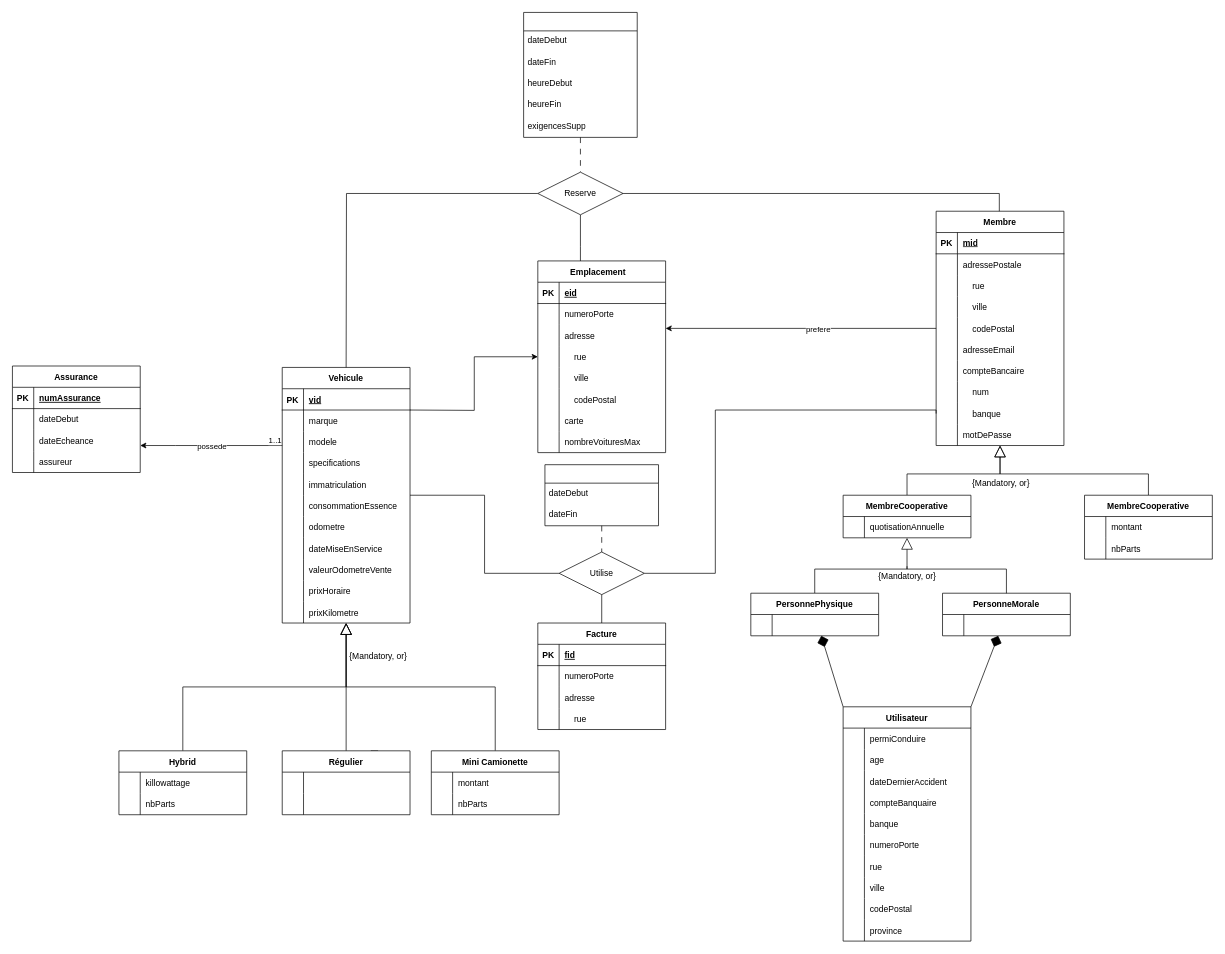
Above: Tp4_Diagram.drawio in R0ma01/INF_3710_tp4 (draw.io), before the change. Source tidied: cells renumbered, new cells numbered last; positions are measured from the earlier drawing's top-left corner, leaving out a move shared by most shapes. Both pictures are drawn from the tidied source at 71%, with x=0, y=0 at pixel (12, 12).
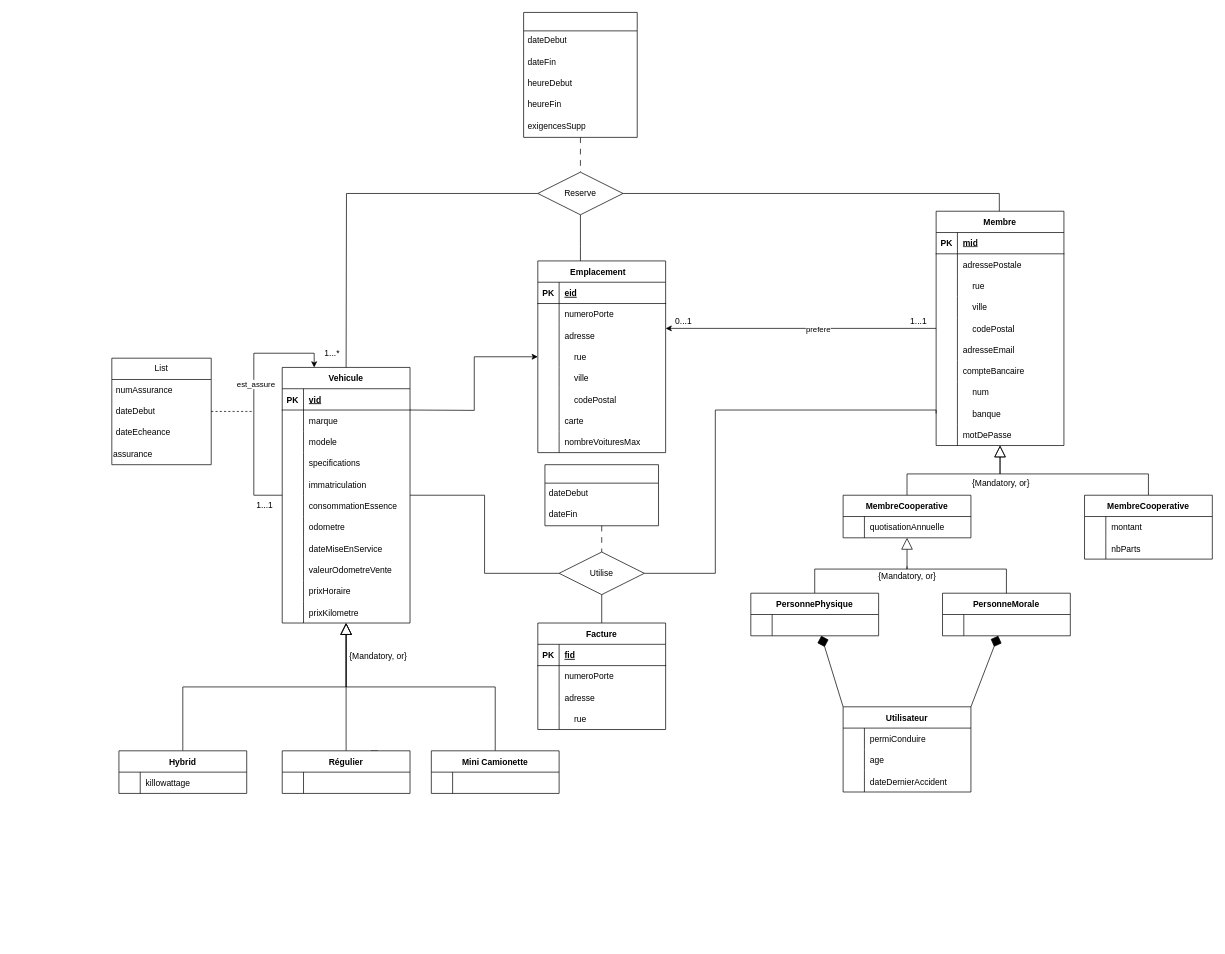
The same page after the edit.

Unchanged cells that the change refers to:
```xml
<mxCell id="30" value="Vehicule" style="shape=table;startSize=30;childLayout=tableLayout;rowLines=0;fontStyle=1;align=center;" parent="1" vertex="1">
  <mxGeometry x="380" y="500" width="180" height="360" as="geometry" />
</mxCell>
<mxCell id="85" style="shape=tableRow;horizontal=0;startSize=0;swimlaneHead=0;swimlaneBody=0;fillColor=none;top=0;left=0;right=0;bottom=0;" parent="84" vertex="1">
  <mxGeometry y="30" width="180" height="30" as="geometry" />
</mxCell>
```

Change to the diagram source:
```diff
@@
-    <mxCell id="27" style="edgeStyle=orthogonalEdgeStyle;rounded=0;jettySize=auto;html=1;" parent="1" edge="1" source="30" target="109">
-      <mxGeometry relative="1" as="geometry">
-        <Array as="points">
-          <mxPoint x="230" y="610" />
-          <mxPoint x="230" y="610" />
-        </Array>
-      </mxGeometry>
-    </mxCell>
-    <mxCell id="28" value="possede" style="edgeLabel;html=1;align=center;verticalAlign=middle;" parent="27" vertex="1">
-      <mxGeometry x="-0.14" y="1" relative="1" as="geometry">
-        <mxPoint x="-14" y="-1" as="offset" />
-      </mxGeometry>
-    </mxCell>
-    <mxCell id="29" value="1..1" style="edgeLabel;html=1;align=center;verticalAlign=middle;" parent="27" vertex="1">
-      <mxGeometry x="-0.93" y="-3" relative="1" as="geometry">
-        <mxPoint x="-4" y="-5" as="offset" />
-      </mxGeometry>
-    </mxCell>
@@
     <mxCell id="84" value="Mini Camionette" style="shape=table;startSize=30;childLayout=tableLayout;rowLines=0;fontStyle=1;align=center;" parent="1" vertex="1">
-      <mxGeometry x="590" y="1040" width="180" height="90" as="geometry" />
+      <mxGeometry x="590" y="1040" width="180" height="60" as="geometry" />
     </mxCell>
@@
-    <mxCell id="87" value="montant" style="shape=partialRectangle;fillColor=none;top=0;left=0;bottom=0;right=0;align=left;spacingLeft=6;overflow=hidden;" parent="85" vertex="1">
+    <mxCell id="87" style="shape=partialRectangle;fillColor=none;top=0;left=0;bottom=0;right=0;align=left;spacingLeft=6;overflow=hidden;" parent="85" vertex="1">
       <mxGeometry x="30" width="150" height="30" as="geometry" />
     </mxCell>
-    <mxCell id="88" style="shape=tableRow;horizontal=0;startSize=0;swimlaneHead=0;swimlaneBody=0;fillColor=none;top=0;left=0;right=0;bottom=0;" parent="84" vertex="1">
-      <mxGeometry y="60" width="180" height="30" as="geometry" />
-    </mxCell>
-    <mxCell id="89" style="shape=partialRectangle;fillColor=none;top=0;left=0;bottom=0;right=0;overflow=hidden;" parent="88" vertex="1">
-      <mxGeometry width="30" height="30" as="geometry" />
-    </mxCell>
-    <mxCell id="90" value="nbParts" style="shape=partialRectangle;fillColor=none;top=0;left=0;bottom=0;right=0;align=left;spacingLeft=6;overflow=hidden;" parent="88" vertex="1">
-      <mxGeometry x="30" width="150" height="30" as="geometry" />
-    </mxCell>
@@
     <mxCell id="94" value="Régulier" style="shape=table;startSize=30;childLayout=tableLayout;rowLines=0;fontStyle=1;align=center;" parent="1" vertex="1">
-      <mxGeometry x="380" y="1040" width="180" height="90" as="geometry" />
+      <mxGeometry x="380" y="1040" width="180" height="60" as="geometry" />
     </mxCell>
@@
-    <mxCell id="98" style="shape=tableRow;horizontal=0;startSize=0;swimlaneHead=0;swimlaneBody=0;fillColor=none;top=0;left=0;right=0;bottom=0;" parent="94" vertex="1">
-      <mxGeometry y="60" width="180" height="30" as="geometry" />
-    </mxCell>
-    <mxCell id="99" style="shape=partialRectangle;fillColor=none;top=0;left=0;bottom=0;right=0;overflow=hidden;" parent="98" vertex="1">
-      <mxGeometry width="30" height="30" as="geometry" />
-    </mxCell>
-    <mxCell id="100" style="shape=partialRectangle;fillColor=none;top=0;left=0;bottom=0;right=0;align=left;spacingLeft=6;overflow=hidden;" parent="98" vertex="1">
-      <mxGeometry x="30" width="150" height="30" as="geometry" />
-    </mxCell>
@@
     <mxCell id="102" value="Hybrid" style="shape=table;startSize=30;childLayout=tableLayout;rowLines=0;fontStyle=1;align=center;" parent="1" vertex="1">
-      <mxGeometry x="150" y="1040" width="180" height="90" as="geometry" />
+      <mxGeometry x="150" y="1040" width="180" height="60" as="geometry" />
     </mxCell>
@@
-    <mxCell id="106" style="shape=tableRow;horizontal=0;startSize=0;swimlaneHead=0;swimlaneBody=0;fillColor=none;top=0;left=0;right=0;bottom=0;" parent="102" vertex="1">
-      <mxGeometry y="60" width="180" height="30" as="geometry" />
-    </mxCell>
-    <mxCell id="107" style="shape=partialRectangle;fillColor=none;top=0;left=0;bottom=0;right=0;overflow=hidden;" parent="106" vertex="1">
-      <mxGeometry width="30" height="30" as="geometry" />
-    </mxCell>
-    <mxCell id="108" value="nbParts" style="shape=partialRectangle;fillColor=none;top=0;left=0;bottom=0;right=0;align=left;spacingLeft=6;overflow=hidden;" parent="106" vertex="1">
-      <mxGeometry x="30" width="150" height="30" as="geometry" />
-    </mxCell>
-    <mxCell id="109" value="Assurance" style="shape=table;startSize=30;childLayout=tableLayout;rowLines=0;fontStyle=1;align=center;" parent="1" vertex="1">
-      <mxGeometry y="498" width="180" height="150" as="geometry" />
-    </mxCell>
-    <mxCell id="110" style="shape=tableRow;horizontal=0;startSize=0;swimlaneHead=0;swimlaneBody=0;fillColor=none;top=0;left=0;right=0;bottom=1;" parent="109" vertex="1">
-      <mxGeometry y="30" width="180" height="30" as="geometry" />
-    </mxCell>
-    <mxCell id="111" value="PK" style="shape=partialRectangle;fillColor=none;top=0;left=0;bottom=0;right=0;fontStyle=1;overflow=hidden;" parent="110" vertex="1">
-      <mxGeometry width="30" height="30" as="geometry" />
-    </mxCell>
-    <mxCell id="112" value="numAssurance" style="shape=partialRectangle;fillColor=none;top=0;left=0;bottom=0;right=0;align=left;spacingLeft=6;fontStyle=5;overflow=hidden;" parent="110" vertex="1">
-      <mxGeometry x="30" width="150" height="30" as="geometry" />
-    </mxCell>
-    <mxCell id="113" style="shape=tableRow;horizontal=0;startSize=0;swimlaneHead=0;swimlaneBody=0;fillColor=none;top=0;left=0;right=0;bottom=0;" parent="109" vertex="1">
-      <mxGeometry y="60" width="180" height="30" as="geometry" />
-    </mxCell>
-    <mxCell id="114" style="shape=partialRectangle;fillColor=none;top=0;left=0;bottom=0;right=0;overflow=hidden;" parent="113" vertex="1">
-      <mxGeometry width="30" height="30" as="geometry" />
-    </mxCell>
-    <mxCell id="115" value="dateDebut" style="shape=partialRectangle;fillColor=none;top=0;left=0;bottom=0;right=0;align=left;spacingLeft=6;overflow=hidden;" parent="113" vertex="1">
-      <mxGeometry x="30" width="150" height="30" as="geometry" />
-    </mxCell>
-    <mxCell id="116" style="shape=tableRow;horizontal=0;startSize=0;swimlaneHead=0;swimlaneBody=0;fillColor=none;top=0;left=0;right=0;bottom=0;" parent="109" vertex="1">
-      <mxGeometry y="90" width="180" height="30" as="geometry" />
-    </mxCell>
-    <mxCell id="117" style="shape=partialRectangle;fillColor=none;top=0;left=0;bottom=0;right=0;overflow=hidden;" parent="116" vertex="1">
-      <mxGeometry width="30" height="30" as="geometry" />
-    </mxCell>
-    <mxCell id="118" value="dateEcheance" style="shape=partialRectangle;fillColor=none;top=0;left=0;bottom=0;right=0;align=left;spacingLeft=6;overflow=hidden;" parent="116" vertex="1">
-      <mxGeometry x="30" width="150" height="30" as="geometry" />
-    </mxCell>
-    <mxCell id="119" style="shape=tableRow;horizontal=0;startSize=0;swimlaneHead=0;swimlaneBody=0;fillColor=none;top=0;left=0;right=0;bottom=0;" parent="109" vertex="1">
-      <mxGeometry y="120" width="180" height="30" as="geometry" />
-    </mxCell>
-    <mxCell id="120" style="shape=partialRectangle;fillColor=none;top=0;left=0;bottom=0;right=0;overflow=hidden;" parent="119" vertex="1">
-      <mxGeometry width="30" height="30" as="geometry" />
-    </mxCell>
-    <mxCell id="121" value="assureur" style="shape=partialRectangle;fillColor=none;top=0;left=0;bottom=0;right=0;align=left;spacingLeft=6;overflow=hidden;" parent="119" vertex="1">
-      <mxGeometry x="30" width="150" height="30" as="geometry" />
-    </mxCell>
@@
     <mxCell id="125" value="Utilisateur" style="shape=table;startSize=30;childLayout=tableLayout;rowLines=0;fontStyle=1;align=center;" parent="1" vertex="1">
-      <mxGeometry x="1170" y="978" width="180" height="330" as="geometry" />
+      <mxGeometry x="1170" y="978" width="180" height="120" as="geometry" />
     </mxCell>
@@
-    <mxCell id="135" style="shape=tableRow;horizontal=0;startSize=0;swimlaneHead=0;swimlaneBody=0;fillColor=none;top=0;left=0;right=0;bottom=0;" parent="125" vertex="1">
-      <mxGeometry y="120" width="180" height="30" as="geometry" />
-    </mxCell>
-    <mxCell id="136" style="shape=partialRectangle;fillColor=none;top=0;left=0;bottom=0;right=0;overflow=hidden;" parent="135" vertex="1">
-      <mxGeometry width="30" height="30" as="geometry" />
-    </mxCell>
-    <mxCell id="137" value="compteBanquaire" style="shape=partialRectangle;fillColor=none;top=0;left=0;bottom=0;right=0;align=left;spacingLeft=6;overflow=hidden;" parent="135" vertex="1">
-      <mxGeometry x="30" width="150" height="30" as="geometry" />
-    </mxCell>
-    <mxCell id="138" style="shape=tableRow;horizontal=0;startSize=0;swimlaneHead=0;swimlaneBody=0;fillColor=none;top=0;left=0;right=0;bottom=0;" parent="125" vertex="1">
-      <mxGeometry y="150" width="180" height="30" as="geometry" />
-    </mxCell>
-    <mxCell id="139" style="shape=partialRectangle;fillColor=none;top=0;left=0;bottom=0;right=0;overflow=hidden;" parent="138" vertex="1">
-      <mxGeometry width="30" height="30" as="geometry" />
-    </mxCell>
-    <mxCell id="140" value="banque" style="shape=partialRectangle;fillColor=none;top=0;left=0;bottom=0;right=0;align=left;spacingLeft=6;overflow=hidden;" parent="138" vertex="1">
-      <mxGeometry x="30" width="150" height="30" as="geometry" />
-    </mxCell>
-    <mxCell id="141" style="shape=tableRow;horizontal=0;startSize=0;swimlaneHead=0;swimlaneBody=0;fillColor=none;top=0;left=0;right=0;bottom=0;" parent="125" vertex="1">
-      <mxGeometry y="180" width="180" height="30" as="geometry" />
-    </mxCell>
-    <mxCell id="142" style="shape=partialRectangle;fillColor=none;top=0;left=0;bottom=0;right=0;overflow=hidden;" parent="141" vertex="1">
-      <mxGeometry width="30" height="30" as="geometry" />
-    </mxCell>
-    <mxCell id="143" value="numeroPorte" style="shape=partialRectangle;fillColor=none;top=0;left=0;bottom=0;right=0;align=left;spacingLeft=6;overflow=hidden;" parent="141" vertex="1">
-      <mxGeometry x="30" width="150" height="30" as="geometry" />
-    </mxCell>
-    <mxCell id="144" style="shape=tableRow;horizontal=0;startSize=0;swimlaneHead=0;swimlaneBody=0;fillColor=none;top=0;left=0;right=0;bottom=0;" parent="125" vertex="1">
-      <mxGeometry y="210" width="180" height="30" as="geometry" />
-    </mxCell>
-    <mxCell id="145" style="shape=partialRectangle;fillColor=none;top=0;left=0;bottom=0;right=0;overflow=hidden;" parent="144" vertex="1">
-      <mxGeometry width="30" height="30" as="geometry" />
-    </mxCell>
-    <mxCell id="146" value="rue" style="shape=partialRectangle;fillColor=none;top=0;left=0;bottom=0;right=0;align=left;spacingLeft=6;overflow=hidden;" parent="144" vertex="1">
-      <mxGeometry x="30" width="150" height="30" as="geometry" />
-    </mxCell>
-    <mxCell id="147" style="shape=tableRow;horizontal=0;startSize=0;swimlaneHead=0;swimlaneBody=0;fillColor=none;top=0;left=0;right=0;bottom=0;" parent="125" vertex="1">
-      <mxGeometry y="240" width="180" height="30" as="geometry" />
-    </mxCell>
-    <mxCell id="148" style="shape=partialRectangle;fillColor=none;top=0;left=0;bottom=0;right=0;overflow=hidden;" parent="147" vertex="1">
-      <mxGeometry width="30" height="30" as="geometry" />
-    </mxCell>
-    <mxCell id="149" value="ville" style="shape=partialRectangle;fillColor=none;top=0;left=0;bottom=0;right=0;align=left;spacingLeft=6;overflow=hidden;" parent="147" vertex="1">
-      <mxGeometry x="30" width="150" height="30" as="geometry" />
-    </mxCell>
-    <mxCell id="150" style="shape=tableRow;horizontal=0;startSize=0;swimlaneHead=0;swimlaneBody=0;fillColor=none;top=0;left=0;right=0;bottom=0;" parent="125" vertex="1">
-      <mxGeometry y="270" width="180" height="30" as="geometry" />
-    </mxCell>
-    <mxCell id="151" style="shape=partialRectangle;fillColor=none;top=0;left=0;bottom=0;right=0;overflow=hidden;" parent="150" vertex="1">
-      <mxGeometry width="30" height="30" as="geometry" />
-    </mxCell>
-    <mxCell id="152" value="codePostal" style="shape=partialRectangle;fillColor=none;top=0;left=0;bottom=0;right=0;align=left;spacingLeft=6;overflow=hidden;" parent="150" vertex="1">
-      <mxGeometry x="30" width="150" height="30" as="geometry" />
-    </mxCell>
-    <mxCell id="153" style="shape=tableRow;horizontal=0;startSize=0;swimlaneHead=0;swimlaneBody=0;fillColor=none;top=0;left=0;right=0;bottom=0;" parent="125" vertex="1">
-      <mxGeometry y="300" width="180" height="30" as="geometry" />
-    </mxCell>
-    <mxCell id="154" style="shape=partialRectangle;fillColor=none;top=0;left=0;bottom=0;right=0;overflow=hidden;" parent="153" vertex="1">
-      <mxGeometry width="30" height="30" as="geometry" />
-    </mxCell>
-    <mxCell id="155" value="province" style="shape=partialRectangle;fillColor=none;top=0;left=0;bottom=0;right=0;align=left;spacingLeft=6;overflow=hidden;" parent="153" vertex="1">
-      <mxGeometry x="30" width="150" height="30" as="geometry" />
-    </mxCell>
@@
+    <mxCell id="228" style="edgeStyle=orthogonalEdgeStyle;rounded=0;orthogonalLoop=1;jettySize=auto;html=1;entryX=0.25;entryY=0;entryDx=0;entryDy=0;" parent="1" edge="1" source="30" target="30">
+      <mxGeometry relative="1" as="geometry">
+        <Array as="points">
+          <mxPoint x="340" y="680" />
+          <mxPoint x="340" y="480" />
+          <mxPoint x="425" y="480" />
+        </Array>
+      </mxGeometry>
+    </mxCell>
+    <mxCell id="229" value="est_assure" style="edgeLabel;html=1;align=center;verticalAlign=middle;" parent="228" vertex="1">
+      <mxGeometry x="0.14" y="-2" relative="1" as="geometry" />
+    </mxCell>
+    <mxCell id="230" style="edgeStyle=orthogonalEdgeStyle;rounded=0;jettySize=auto;html=1;endArrow=none;endFill=0;dashed=1;" parent="1" edge="1" source="231">
+      <mxGeometry relative="1" as="geometry">
+        <mxPoint x="340" y="562" as="targetPoint" />
+      </mxGeometry>
+    </mxCell>
+    <mxCell id="231" value="List" style="swimlane;fontStyle=0;horizontal=1;startSize=30;whiteSpace=wrap;html=1;" parent="1" vertex="1">
+      <mxGeometry x="140" y="487" width="140" height="150" as="geometry" />
+    </mxCell>
+    <mxCell id="112" value="numAssurance" style="text;strokeColor=none;fillColor=none;align=left;verticalAlign=middle;spacingLeft=4;spacingRight=4;overflow=hidden;whiteSpace=wrap;html=1;" parent="231" vertex="1">
+      <mxGeometry y="30" width="140" height="30" as="geometry" />
+    </mxCell>
+    <mxCell id="115" value="dateDebut" style="text;strokeColor=none;fillColor=none;align=left;verticalAlign=middle;spacingLeft=4;spacingRight=4;overflow=hidden;whiteSpace=wrap;html=1;" parent="231" vertex="1">
+      <mxGeometry y="60" width="140" height="30" as="geometry" />
+    </mxCell>
+    <mxCell id="118" value="dateEcheance" style="text;strokeColor=none;fillColor=none;align=left;verticalAlign=middle;spacingLeft=4;spacingRight=4;overflow=hidden;whiteSpace=wrap;html=1;" parent="231" vertex="1">
+      <mxGeometry y="90" width="140" height="30" as="geometry" />
+    </mxCell>
+    <mxCell id="232" value="assurance" style="text;html=1;strokeColor=none;fillColor=none;align=left;verticalAlign=middle;whiteSpace=wrap;rounded=0;" parent="231" vertex="1">
+      <mxGeometry y="120" width="140" height="30" as="geometry" />
+    </mxCell>
+    <mxCell id="233" value="1...*" style="text;html=1;align=center;verticalAlign=middle;strokeColor=none;fillColor=none;" parent="1" vertex="1">
+      <mxGeometry x="430" y="465" width="40" height="30" as="geometry" />
+    </mxCell>
+    <mxCell id="234" value="1...1" style="text;html=1;align=center;verticalAlign=middle;strokeColor=none;fillColor=none;" parent="1" vertex="1">
+      <mxGeometry x="330" y="680" width="50" height="30" as="geometry" />
+    </mxCell>
+    <mxCell id="235" value="1...1" style="text;html=1;align=center;verticalAlign=middle;strokeColor=none;fillColor=none;" parent="1" vertex="1">
+      <mxGeometry x="1251" y="420" width="50" height="30" as="geometry" />
+    </mxCell>
+    <mxCell id="236" value="0...1" style="text;html=1;align=center;verticalAlign=middle;strokeColor=none;fillColor=none;" parent="1" vertex="1">
+      <mxGeometry x="920" y="420" width="50" height="30" as="geometry" />
+    </mxCell>
```
